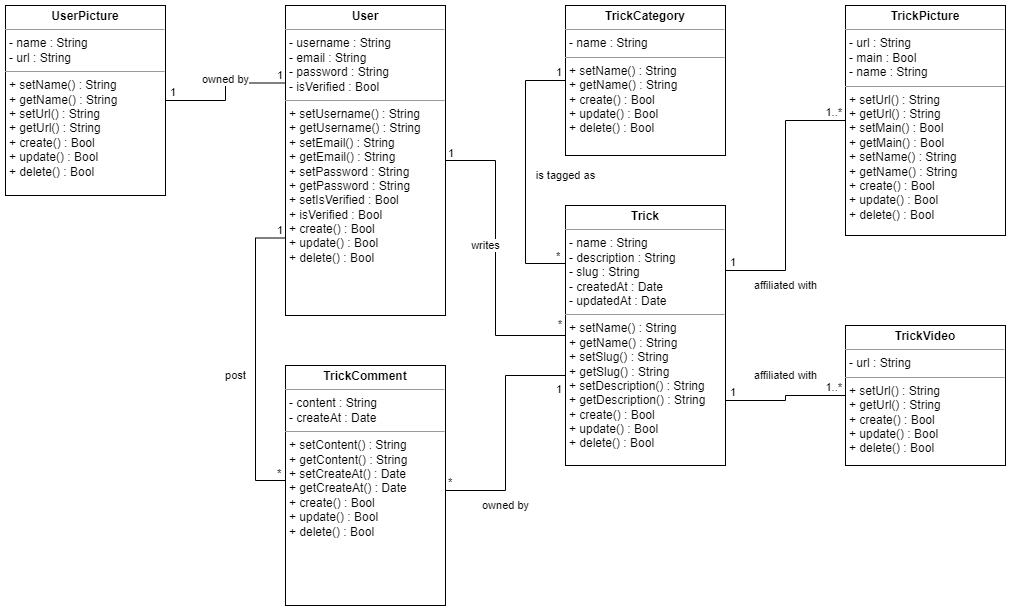
David-Renard/OC-p6 keeps this draw.io diagram as diagrammes/Classes.drawio.png. Above is the earlier version. Source tidied: cells renumbered, new cells last; positions are measured from the earlier drawing's top-left corner, leaving out a move shared by most shapes.
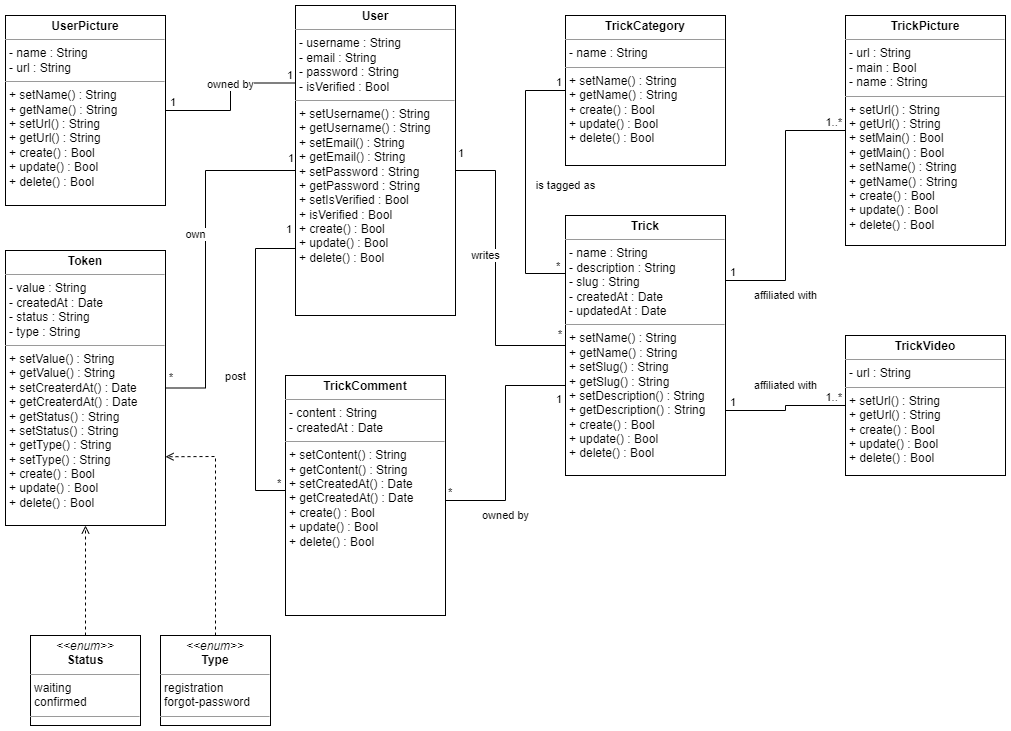
Later version of the same file.

Diff of the diagram source:
```diff
@@ -15,9 +15,9 @@
       <mxGeometry x="560" width="160" height="150" as="geometry" />
     </mxCell>
     <mxCell id="6" value="&lt;p style=&quot;margin:0px;margin-top:4px;text-align:center;&quot;&gt;&lt;b&gt;User&lt;/b&gt;&lt;/p&gt;&lt;hr size=&quot;1&quot;&gt;&lt;p style=&quot;margin:0px;margin-left:4px;&quot;&gt;&lt;span style=&quot;background-color: initial;&quot;&gt;- username : String&lt;/span&gt;&lt;br&gt;&lt;/p&gt;&lt;p style=&quot;margin:0px;margin-left:4px;&quot;&gt;- email : String&lt;/p&gt;&lt;p style=&quot;margin:0px;margin-left:4px;&quot;&gt;- password : String&lt;/p&gt;&lt;p style=&quot;margin:0px;margin-left:4px;&quot;&gt;- isVerified : Bool&lt;/p&gt;&lt;hr size=&quot;1&quot;&gt;&lt;p style=&quot;margin:0px;margin-left:4px;&quot;&gt;&lt;span style=&quot;background-color: initial;&quot;&gt;+ setUsername() : String&lt;/span&gt;&lt;br&gt;&lt;/p&gt;&lt;div&gt;&lt;p style=&quot;border-color: var(--border-color); margin: 0px 0px 0px 4px;&quot;&gt;+ getUsername() : String&lt;/p&gt;&lt;p style=&quot;border-color: var(--border-color); margin: 0px 0px 0px 4px;&quot;&gt;+ setEmail() : String&lt;/p&gt;&lt;p style=&quot;border-color: var(--border-color); margin: 0px 0px 0px 4px;&quot;&gt;+ getEmail() : String&lt;/p&gt;&lt;p style=&quot;border-color: var(--border-color); margin: 0px 0px 0px 4px;&quot;&gt;+ setPassword : String&lt;/p&gt;&lt;p style=&quot;border-color: var(--border-color); margin: 0px 0px 0px 4px;&quot;&gt;+ getPassword : String&lt;/p&gt;&lt;p style=&quot;border-color: var(--border-color); margin: 0px 0px 0px 4px;&quot;&gt;+ setIsVerified : Bool&lt;/p&gt;&lt;p style=&quot;border-color: var(--border-color); margin: 0px 0px 0px 4px;&quot;&gt;+ isVerified : Bool&lt;/p&gt;&lt;p style=&quot;border-color: var(--border-color); margin: 0px 0px 0px 4px;&quot;&gt;+ create() : Bool&lt;/p&gt;&lt;p style=&quot;border-color: var(--border-color); margin: 0px 0px 0px 4px;&quot;&gt;+ update() : Bool&lt;br&gt;&lt;/p&gt;&lt;p style=&quot;border-color: var(--border-color); margin: 0px 0px 0px 4px;&quot;&gt;+ delete() :&amp;nbsp;Bool&lt;/p&gt;&lt;p style=&quot;border-color: var(--border-color); margin: 0px 0px 0px 4px;&quot;&gt;&lt;br&gt;&lt;/p&gt;&lt;/div&gt;&lt;div&gt;&lt;br&gt;&lt;/div&gt;" style="verticalAlign=top;align=left;overflow=fill;fontSize=12;fontFamily=Helvetica;html=1;whiteSpace=wrap;" parent="1" vertex="1">
-      <mxGeometry x="280" width="160" height="310" as="geometry" />
+      <mxGeometry x="290" y="-10" width="160" height="310" as="geometry" />
     </mxCell>
-    <mxCell id="7" value="&lt;p style=&quot;margin:0px;margin-top:4px;text-align:center;&quot;&gt;&lt;b&gt;TrickComment&lt;/b&gt;&lt;/p&gt;&lt;hr size=&quot;1&quot;&gt;&lt;p style=&quot;margin:0px;margin-left:4px;&quot;&gt;- content : String&lt;/p&gt;&lt;p style=&quot;margin:0px;margin-left:4px;&quot;&gt;- createAt : Date&lt;br&gt;&lt;/p&gt;&lt;hr size=&quot;1&quot;&gt;&lt;p style=&quot;margin:0px;margin-left:4px;&quot;&gt;+ setContent() : String&lt;/p&gt;&lt;p style=&quot;margin:0px;margin-left:4px;&quot;&gt;+ getContent() : String&lt;/p&gt;&lt;p style=&quot;border-color: var(--border-color); margin: 0px 0px 0px 4px;&quot;&gt;+ setCreateAt() : Date&lt;/p&gt;&lt;p style=&quot;border-color: var(--border-color); margin: 0px 0px 0px 4px;&quot;&gt;+ getCreateAt() : Date&lt;/p&gt;&lt;div&gt;&lt;p style=&quot;border-color: var(--border-color); margin: 0px 0px 0px 4px;&quot;&gt;+ create() : Bool&lt;/p&gt;&lt;p style=&quot;border-color: var(--border-color); margin: 0px 0px 0px 4px;&quot;&gt;+ update() : Bool&lt;br&gt;&lt;/p&gt;&lt;p style=&quot;border-color: var(--border-color); margin: 0px 0px 0px 4px;&quot;&gt;+ delete() :&amp;nbsp;Bool&lt;/p&gt;&lt;p style=&quot;border-color: var(--border-color); margin: 0px 0px 0px 4px;&quot;&gt;&lt;br&gt;&lt;/p&gt;&lt;/div&gt;&lt;div&gt;&lt;br&gt;&lt;/div&gt;" style="verticalAlign=top;align=left;overflow=fill;fontSize=12;fontFamily=Helvetica;html=1;whiteSpace=wrap;" parent="1" vertex="1">
+    <mxCell id="7" value="&lt;p style=&quot;margin:0px;margin-top:4px;text-align:center;&quot;&gt;&lt;b&gt;TrickComment&lt;/b&gt;&lt;/p&gt;&lt;hr size=&quot;1&quot;&gt;&lt;p style=&quot;margin:0px;margin-left:4px;&quot;&gt;- content : String&lt;/p&gt;&lt;p style=&quot;margin:0px;margin-left:4px;&quot;&gt;- createdAt : Date&lt;br&gt;&lt;/p&gt;&lt;hr size=&quot;1&quot;&gt;&lt;p style=&quot;margin:0px;margin-left:4px;&quot;&gt;+ setContent() : String&lt;/p&gt;&lt;p style=&quot;margin:0px;margin-left:4px;&quot;&gt;+ getContent() : String&lt;/p&gt;&lt;p style=&quot;border-color: var(--border-color); margin: 0px 0px 0px 4px;&quot;&gt;+ setCreatedAt() : Date&lt;/p&gt;&lt;p style=&quot;border-color: var(--border-color); margin: 0px 0px 0px 4px;&quot;&gt;+ getCreatedAt() : Date&lt;/p&gt;&lt;div&gt;&lt;p style=&quot;border-color: var(--border-color); margin: 0px 0px 0px 4px;&quot;&gt;+ create() : Bool&lt;/p&gt;&lt;p style=&quot;border-color: var(--border-color); margin: 0px 0px 0px 4px;&quot;&gt;+ update() : Bool&lt;br&gt;&lt;/p&gt;&lt;p style=&quot;border-color: var(--border-color); margin: 0px 0px 0px 4px;&quot;&gt;+ delete() :&amp;nbsp;Bool&lt;/p&gt;&lt;p style=&quot;border-color: var(--border-color); margin: 0px 0px 0px 4px;&quot;&gt;&lt;br&gt;&lt;/p&gt;&lt;/div&gt;&lt;div&gt;&lt;br&gt;&lt;/div&gt;" style="verticalAlign=top;align=left;overflow=fill;fontSize=12;fontFamily=Helvetica;html=1;whiteSpace=wrap;" parent="1" vertex="1">
       <mxGeometry x="280" y="360" width="160" height="240" as="geometry" />
     </mxCell>
     <mxCell id="8" value="owned by" style="endArrow=none;html=1;edgeStyle=orthogonalEdgeStyle;rounded=0;exitX=1;exitY=0.5;exitDx=0;exitDy=0;entryX=0;entryY=0.25;entryDx=0;entryDy=0;" parent="1" edge="1" source="26" target="6">
@@ -113,5 +113,42 @@
     <mxCell id="29" value="*" style="edgeLabel;html=1;align=right;verticalAlign=bottom;spacingRight=3;spacingTop=6;spacingBottom=3;" parent="27" vertex="1">
       <mxGeometry x="1" relative="1" as="geometry" />
     </mxCell>
+    <mxCell id="30" value="&lt;p style=&quot;margin:0px;margin-top:4px;text-align:center;&quot;&gt;&lt;b&gt;Token&lt;/b&gt;&lt;/p&gt;&lt;hr size=&quot;1&quot;&gt;&lt;p style=&quot;margin:0px;margin-left:4px;&quot;&gt;- value : String&lt;br&gt;&lt;/p&gt;&lt;p style=&quot;margin:0px;margin-left:4px;&quot;&gt;- createdAt : Date&lt;/p&gt;&lt;p style=&quot;margin:0px;margin-left:4px;&quot;&gt;- status : String&lt;/p&gt;&lt;p style=&quot;margin:0px;margin-left:4px;&quot;&gt;- type : String&lt;/p&gt;&lt;hr size=&quot;1&quot;&gt;&lt;p style=&quot;margin:0px;margin-left:4px;&quot;&gt;+ setValue() : String&lt;/p&gt;&lt;p style=&quot;margin:0px;margin-left:4px;&quot;&gt;+ getValue() : String&lt;/p&gt;&lt;p style=&quot;margin:0px;margin-left:4px;&quot;&gt;+ setCreaterdAt() : Date&lt;/p&gt;&lt;p style=&quot;margin:0px;margin-left:4px;&quot;&gt;+ getCreaterdAt() : Date&lt;br&gt;&lt;/p&gt;&lt;p style=&quot;margin:0px;margin-left:4px;&quot;&gt;+ getStatus() : String&lt;/p&gt;&lt;p style=&quot;margin:0px;margin-left:4px;&quot;&gt;+ setStatus() : String&lt;/p&gt;&lt;p style=&quot;margin:0px;margin-left:4px;&quot;&gt;+ getType() : String&lt;/p&gt;&lt;p style=&quot;margin:0px;margin-left:4px;&quot;&gt;+ setType() : String&lt;/p&gt;&lt;div&gt;&lt;p style=&quot;border-color: var(--border-color); margin: 0px 0px 0px 4px;&quot;&gt;+ create() : Bool&lt;/p&gt;&lt;p style=&quot;border-color: var(--border-color); margin: 0px 0px 0px 4px;&quot;&gt;+ update() : Bool&lt;br&gt;&lt;/p&gt;&lt;p style=&quot;border-color: var(--border-color); margin: 0px 0px 0px 4px;&quot;&gt;+ delete() :&amp;nbsp;Bool&lt;/p&gt;&lt;p style=&quot;border-color: var(--border-color); margin: 0px 0px 0px 4px;&quot;&gt;&lt;br&gt;&lt;/p&gt;&lt;/div&gt;&lt;div&gt;&lt;br&gt;&lt;/div&gt;" style="verticalAlign=top;align=left;overflow=fill;fontSize=12;fontFamily=Helvetica;html=1;whiteSpace=wrap;" parent="1" vertex="1">
+      <mxGeometry y="235" width="160" height="275" as="geometry" />
+    </mxCell>
+    <mxCell id="31" value="&lt;p style=&quot;margin:0px;margin-top:4px;text-align:center;&quot;&gt;&lt;i&gt;&amp;lt;&amp;lt;enum&amp;gt;&amp;gt;&lt;/i&gt;&lt;br&gt;&lt;b&gt;Status&lt;/b&gt;&lt;/p&gt;&lt;hr size=&quot;1&quot;&gt;&lt;p style=&quot;margin:0px;margin-left:4px;&quot;&gt;waiting&lt;/p&gt;&lt;p style=&quot;margin:0px;margin-left:4px;&quot;&gt;confirmed&lt;/p&gt;&lt;hr size=&quot;1&quot;&gt;&lt;p style=&quot;margin:0px;margin-left:4px;&quot;&gt;&lt;br&gt;&lt;/p&gt;" style="verticalAlign=top;align=left;overflow=fill;fontSize=12;fontFamily=Helvetica;html=1;whiteSpace=wrap;" parent="1" vertex="1">
+      <mxGeometry x="25" y="620" width="110" height="90" as="geometry" />
+    </mxCell>
+    <mxCell id="32" style="endArrow=open;html=1;rounded=0;exitX=0.5;exitY=0;exitDx=0;exitDy=0;entryX=0.5;entryY=1;entryDx=0;entryDy=0;dashed=1;endFill=0;" parent="1" edge="1" source="31" target="30">
+      <mxGeometry relative="1" as="geometry" />
+    </mxCell>
+    <mxCell id="33" value="&lt;p style=&quot;margin:0px;margin-top:4px;text-align:center;&quot;&gt;&lt;i&gt;&amp;lt;&amp;lt;enum&amp;gt;&amp;gt;&lt;/i&gt;&lt;br&gt;&lt;b&gt;Type&lt;/b&gt;&lt;/p&gt;&lt;hr size=&quot;1&quot;&gt;&lt;p style=&quot;margin:0px;margin-left:4px;&quot;&gt;registration&lt;/p&gt;&lt;p style=&quot;margin:0px;margin-left:4px;&quot;&gt;forgot-password&lt;/p&gt;&lt;hr size=&quot;1&quot;&gt;&lt;p style=&quot;margin:0px;margin-left:4px;&quot;&gt;&lt;br&gt;&lt;/p&gt;" style="verticalAlign=top;align=left;overflow=fill;fontSize=12;fontFamily=Helvetica;html=1;whiteSpace=wrap;" parent="1" vertex="1">
+      <mxGeometry x="155" y="620" width="110" height="90" as="geometry" />
+    </mxCell>
+    <mxCell id="34" style="endArrow=open;html=1;rounded=0;exitX=0.5;exitY=0;exitDx=0;exitDy=0;entryX=1;entryY=0.75;entryDx=0;entryDy=0;dashed=1;endFill=0;" parent="1" edge="1" source="33" target="30">
+      <mxGeometry relative="1" as="geometry">
+        <Array as="points">
+          <mxPoint x="210" y="441" />
+        </Array>
+      </mxGeometry>
+    </mxCell>
+    <mxCell id="35" value="own" style="endArrow=none;html=1;edgeStyle=orthogonalEdgeStyle;rounded=0;exitX=0;exitY=0.5;exitDx=0;exitDy=0;entryX=1;entryY=0.5;entryDx=0;entryDy=0;" parent="1" edge="1" source="6" target="30">
+      <mxGeometry x="-0.08" y="-10" relative="1" as="geometry">
+        <Array as="points">
+          <mxPoint x="200" y="155" />
+          <mxPoint x="200" y="373" />
+        </Array>
+      </mxGeometry>
+    </mxCell>
+    <mxCell id="36" value="1" style="edgeLabel;html=1;align=left;verticalAlign=bottom;spacingLeft=3;spacingTop=-9;spacingRight=0;spacing=0;spacingBottom=1;" parent="35" vertex="1">
+      <mxGeometry x="-1" relative="1" as="geometry">
+        <mxPoint x="-10" y="5" as="offset" />
+      </mxGeometry>
+    </mxCell>
+    <mxCell id="37" value="*" style="edgeLabel;html=1;align=right;verticalAlign=bottom;spacingRight=3;spacingTop=6;spacingBottom=3;" parent="35" vertex="1">
+      <mxGeometry x="1" relative="1" as="geometry">
+        <mxPoint x="11" as="offset" />
+      </mxGeometry>
+    </mxCell>
   </root>
 </mxGraphModel>
```
